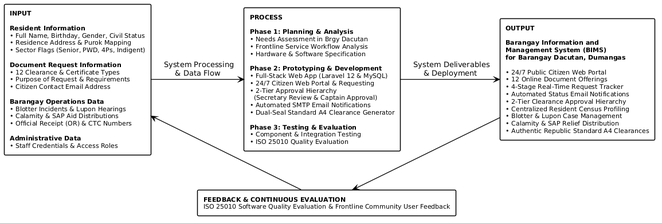
The PlantUML diagram Documentation/Diagrams/figure1_conceptual_framework.png in dreynel/bims, before a commit. Its source is kept beside it as Documentation/Diagrams/figure1_conceptual_framework.puml. Source of this version:
```plantuml
@startuml

skinparam defaultFontName "Segoe UI"
skinparam shadowing false
skinparam monochrome true
skinparam roundCorner 4
skinparam ArrowColor #000000
skinparam ArrowThickness 1.3
skinparam DefaultFontColor #000000


skinparam rectangle {
    BackgroundColor #FFFFFF
    BorderColor #000000
    BorderThickness 1.5
    FontColor #000000
    FontSize 11
}

rectangle "**INPUT**\n\n**Resident Information**\n• Full Name, Birthday, Gender, Civil Status\n• Residence Address & Purok Mapping\n• Sector Flags (Senior, PWD, 4Ps, Indigent)\n\n**Document Request Information**\n• 12 Clearance & Certificate Types\n• Purpose of Request & Requirements\n• Citizen Contact Email Address\n\n**Barangay Operations Data**\n• Blotter Incidents & Lupon Hearings\n• Calamity & SAP Aid Distributions\n• Official Receipt (OR) & CTC Numbers\n\n**Administrative Data**\n• Staff Credentials & Access Roles" as Input

rectangle "**PROCESS**\n\n**Phase 1: Planning & Analysis**\n• Needs Assessment in Brgy Dacutan\n• Frontline Service Workflow Analysis\n• Hardware & Software Specification\n\n**Phase 2: Prototyping & Development**\n• Full-Stack Web App (Laravel 12 & MySQL)\n• 24/7 Citizen Web Portal & Requesting\n• 2-Tier Approval Hierarchy\n  (Secretary Review & Captain Approval)\n• Automated SMTP Email Notifications\n• Dual-Seal Standard A4 Clearance Generator\n\n**Phase 3: Testing & Evaluation**\n• Component & Integration Testing\n• ISO 25010 Quality Evaluation" as Process

rectangle "**OUTPUT**\n\n**Barangay Information and**\n**Management System (BIMS)**\n**for Barangay Dacutan, Dumangas**\n\n• 24/7 Public Citizen Web Portal\n• 12 Online Document Offerings\n• 4-Stage Real-Time Request Tracker\n• Automated Status Email Notifications\n• 2-Tier Clearance Approval Hierarchy\n• Centralized Resident Census Profiling\n• Blotter & Lupon Case Management\n• Calamity & SAP Relief Distribution\n• Authentic Republic Standard A4 Clearances" as Output

rectangle "**FEEDBACK & CONTINUOUS EVALUATION**\nISO 25010 Software Quality Evaluation & Frontline Community User Feedback" as Feedback

Input -right-> Process : " System Processing\n & Data Flow "
Process -right-> Output : " System Deliverables\n & Deployment "

Output -down-> Feedback
Feedback -left-> Input

@enduml
```
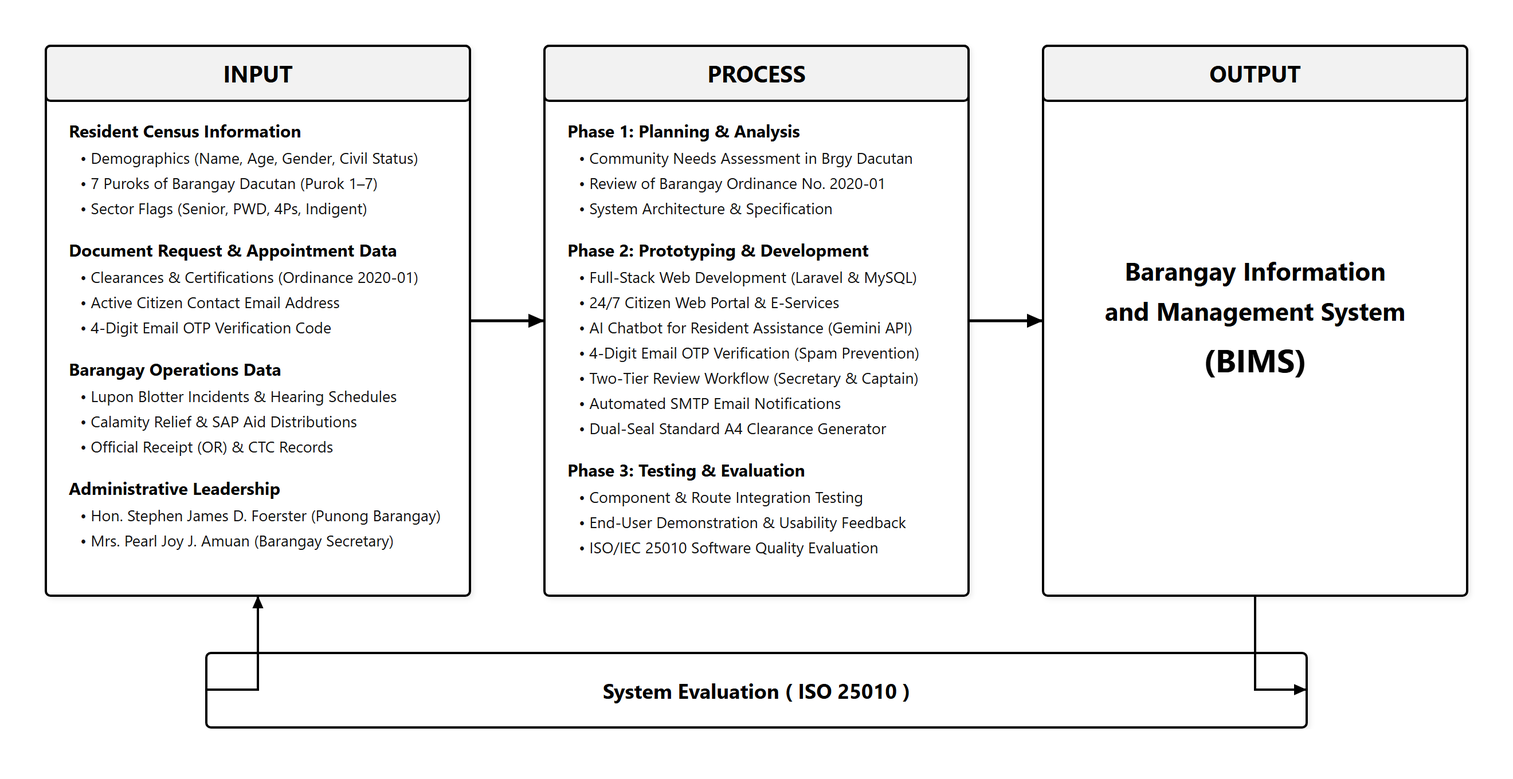
Above is the later version.

The edit, as a diff of the source:
```diff
@@ -3,7 +3,8 @@
 skinparam defaultFontName "Segoe UI"
 skinparam shadowing false
 skinparam monochrome true
-skinparam roundCorner 4
+skinparam linetype ortho
+skinparam roundCorner 0
 skinparam ArrowColor #000000
 skinparam ArrowThickness 1.3
 skinparam DefaultFontColor #000000
@@ -17,16 +18,16 @@
     FontSize 11
 }
 
-rectangle "**INPUT**\n\n**Resident Information**\n• Full Name, Birthday, Gender, Civil Status\n• Residence Address & Purok Mapping\n• Sector Flags (Senior, PWD, 4Ps, Indigent)\n\n**Document Request Information**\n• 12 Clearance & Certificate Types\n• Purpose of Request & Requirements\n• Citizen Contact Email Address\n\n**Barangay Operations Data**\n• Blotter Incidents & Lupon Hearings\n• Calamity & SAP Aid Distributions\n• Official Receipt (OR) & CTC Numbers\n\n**Administrative Data**\n• Staff Credentials & Access Roles" as Input
+rectangle "**INPUT**\n\n**Resident Census Information**\n• Demographics (Name, Age, Gender, Civil Status)\n• 7 Puroks of Barangay Dacutan\n• Sector Flags (Senior, PWD, 4Ps, Indigent)\n\n**Document Request & Appointment Data**\n• Clearances & Certifications (Ordinance 2020-01)\n• Purpose of Request & Requirements\n• Citizen Contact Email Address\n• 4-Digit Email OTP Verification Code\n\n**Barangay Operations Data**\n• Lupon Blotter Incidents & Hearings\n• Calamity Relief & SAP Aid Distributions\n• Official Receipt (OR) & CTC Records\n\n**Administrative Leadership**\n• Hon. Stephen James D. Foerster (Punong Barangay)\n• Mrs. Pearl Joy J. Amuan (Barangay Secretary)" as Input
 
-rectangle "**PROCESS**\n\n**Phase 1: Planning & Analysis**\n• Needs Assessment in Brgy Dacutan\n• Frontline Service Workflow Analysis\n• Hardware & Software Specification\n\n**Phase 2: Prototyping & Development**\n• Full-Stack Web App (Laravel 12 & MySQL)\n• 24/7 Citizen Web Portal & Requesting\n• 2-Tier Approval Hierarchy\n  (Secretary Review & Captain Approval)\n• Automated SMTP Email Notifications\n• Dual-Seal Standard A4 Clearance Generator\n\n**Phase 3: Testing & Evaluation**\n• Component & Integration Testing\n• ISO 25010 Quality Evaluation" as Process
+rectangle "**PROCESS**\n\n**Phase 1: Planning & Analysis**\n• Needs Assessment in Brgy Dacutan\n• Review of Barangay Ordinance No. 2020-01\n• Hardware & Software Specification\n\n**Phase 2: Prototyping & Development**\n• Full-Stack Web App (Laravel 12 & MySQL)\n• 24/7 Citizen Web Portal & Appointment Desk\n• Lightweight 4-Digit Email OTP Verification\n  (Spam Prevention & Email Authentication)\n• 2-Tier Approval Hierarchy\n  (Secretary Review & Captain Approval)\n• Automated SMTP Email Notifications\n• Dual-Seal Standard A4 Clearance Generator\n\n**Phase 3: Testing & Evaluation**\n• Component & Integration Testing\n• ISO 25010 Quality Evaluation" as Process
 
-rectangle "**OUTPUT**\n\n**Barangay Information and**\n**Management System (BIMS)**\n**for Barangay Dacutan, Dumangas**\n\n• 24/7 Public Citizen Web Portal\n• 12 Online Document Offerings\n• 4-Stage Real-Time Request Tracker\n• Automated Status Email Notifications\n• 2-Tier Clearance Approval Hierarchy\n• Centralized Resident Census Profiling\n• Blotter & Lupon Case Management\n• Calamity & SAP Relief Distribution\n• Authentic Republic Standard A4 Clearances" as Output
+rectangle "**OUTPUT**\n\n**Barangay Information and**\n**Management System (BIMS)**" as Output
 
 rectangle "**FEEDBACK & CONTINUOUS EVALUATION**\nISO 25010 Software Quality Evaluation & Frontline Community User Feedback" as Feedback
 
-Input -right-> Process : " System Processing\n & Data Flow "
-Process -right-> Output : " System Deliverables\n & Deployment "
+Input -right-> Process : " System Data Flow "
+Process -right-> Output : " System Deliverable "
 
 Output -down-> Feedback
 Feedback -left-> Input
```
